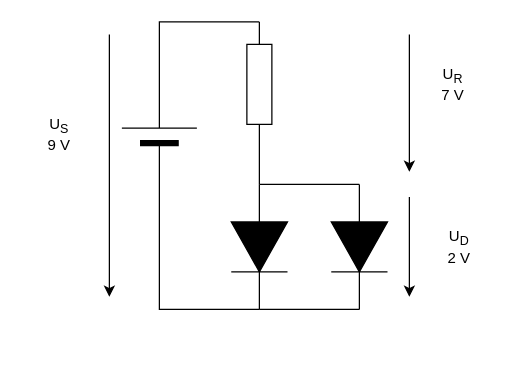
This is Parallel-Diods.drawio from RivenHexagon/ElectronicsTutorial, a draw.io file, before an edit. Source tidied: cells renumbered, new cells numbered last; positions are measured from the earlier drawing's top-left corner, leaving out a move shared by most shapes. Both pictures are drawn from the tidied source at 125%, with x=0, y=0 at pixel (21, 21).
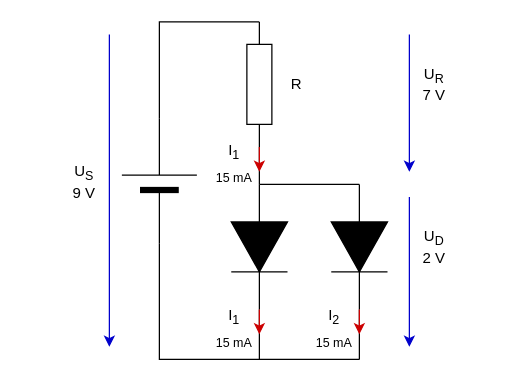
The same page after the edit.

The change refers to these unchanged cells:
```xml
<mxCell id="2" style="verticalLabelPosition=bottom;shadow=0;dashed=0;align=center;html=1;verticalAlign=top;shape=mxgraph.electrical.resistors.resistor_1;rotation=90;" parent="1" vertex="1">
  <mxGeometry x="140" y="40" width="100" height="20" as="geometry" />
</mxCell>
<mxCell id="3" style="fillColor=strokeColor;verticalLabelPosition=bottom;shadow=0;dashed=0;align=center;html=1;verticalAlign=top;shape=mxgraph.electrical.diodes.diode;rotation=90;" parent="1" vertex="1">
  <mxGeometry x="140" y="157.5" width="100" height="45" as="geometry" />
</mxCell>
<mxCell id="4" style="fillColor=strokeColor;verticalLabelPosition=bottom;shadow=0;dashed=0;align=center;html=1;verticalAlign=top;shape=mxgraph.electrical.diodes.diode;rotation=90;" parent="1" vertex="1">
  <mxGeometry x="220" y="157.5" width="100" height="45" as="geometry" />
</mxCell>
```

Diff of the diagram source:
```diff
@@
     <mxCell id="7" style="verticalLabelPosition=bottom;shadow=0;dashed=0;align=center;fillColor=strokeColor;html=1;verticalAlign=top;strokeWidth=1;shape=mxgraph.electrical.miscellaneous.monocell_battery;rotation=-90;" parent="1" vertex="1">
-      <mxGeometry x="60" y="60" width="100" height="60" as="geometry" />
+      <mxGeometry x="60" y="97.5" width="100" height="60" as="geometry" />
     </mxCell>
@@
-    <mxCell id="9" style="endArrow=none;html=1;rounded=0;entryX=0;entryY=0.5;entryDx=0;entryDy=0;entryPerimeter=0;exitX=1;exitY=0.5;exitDx=0;exitDy=0;exitPerimeter=0;" parent="1" edge="1" source="3" target="7">
+    <mxCell id="9" style="endArrow=none;html=1;rounded=0;entryX=0;entryY=0.5;entryDx=0;entryDy=0;entryPerimeter=0;" parent="1" edge="1" target="7">
       <mxGeometry relative="1" as="geometry">
+        <mxPoint x="270" y="270" as="sourcePoint" />
         <Array as="points">
-          <mxPoint x="110" y="230" />
+          <mxPoint x="110" y="270" />
         </Array>
       </mxGeometry>
     </mxCell>
-    <mxCell id="10" style="endArrow=none;html=1;rounded=0;exitX=1;exitY=0.5;exitDx=0;exitDy=0;exitPerimeter=0;entryX=1;entryY=0.5;entryDx=0;entryDy=0;entryPerimeter=0;" parent="1" edge="1" source="3" target="4">
-      <mxGeometry relative="1" as="geometry" />
+    <mxCell id="10" style="endArrow=none;html=1;rounded=0;exitX=1;exitY=0.5;exitDx=0;exitDy=0;exitPerimeter=0;" parent="1" edge="1" source="3">
+      <mxGeometry relative="1" as="geometry">
+        <mxPoint x="190" y="270" as="targetPoint" />
+      </mxGeometry>
     </mxCell>
-    <mxCell id="11" style="endArrow=classic;html=1;rounded=0;strokeColor=light-dark(#000000,#0000CC);" parent="1" edge="1">
+    <mxCell id="11" style="endArrow=classic;html=1;rounded=0;strokeColor=light-dark(#0000CC,#0000CC);" parent="1" edge="1">
       <mxGeometry relative="1" as="geometry">
         <mxPoint x="310" y="10" as="sourcePoint" />
         <mxPoint x="310" y="120" as="targetPoint" />
       </mxGeometry>
     </mxCell>
-    <mxCell id="12" style="endArrow=classic;html=1;rounded=0;strokeColor=light-dark(#000000,#0000CC);" parent="1" edge="1">
+    <mxCell id="12" style="endArrow=classic;html=1;rounded=0;strokeColor=light-dark(#0000CC,#0000CC);" parent="1" edge="1">
       <mxGeometry relative="1" as="geometry">
         <mxPoint x="310" y="140" as="sourcePoint" />
-        <mxPoint x="310" y="220" as="targetPoint" />
+        <mxPoint x="310" y="260" as="targetPoint" />
       </mxGeometry>
     </mxCell>
-    <mxCell id="13" style="endArrow=classic;html=1;rounded=0;strokeColor=light-dark(#000000,#0000CC);" parent="1" edge="1">
+    <mxCell id="13" style="endArrow=classic;html=1;rounded=0;strokeColor=light-dark(#0000CC,#0000CC);" parent="1" edge="1">
       <mxGeometry relative="1" as="geometry">
         <mxPoint x="70" y="10" as="sourcePoint" />
-        <mxPoint x="70" y="220" as="targetPoint" />
+        <mxPoint x="70" y="260" as="targetPoint" />
       </mxGeometry>
     </mxCell>
     <mxCell id="14" value="&lt;div&gt;U&lt;sub&gt;S&lt;/sub&gt;&lt;/div&gt;&lt;div&gt;9 V&lt;/div&gt;" style="text;html=1;align=center;verticalAlign=middle;whiteSpace=wrap;rounded=0;" parent="1" vertex="1">
-      <mxGeometry y="75" width="60" height="30" as="geometry" />
+      <mxGeometry x="30" y="112.5" width="40" height="30" as="geometry" />
     </mxCell>
     <mxCell id="15" value="&lt;div&gt;U&lt;sub&gt;R&lt;/sub&gt;&lt;/div&gt;&lt;div&gt;7 V&lt;/div&gt;" style="text;html=1;align=center;verticalAlign=middle;whiteSpace=wrap;rounded=0;" parent="1" vertex="1">
-      <mxGeometry x="315" y="35" width="60" height="30" as="geometry" />
+      <mxGeometry x="310" y="35" width="40" height="30" as="geometry" />
     </mxCell>
     <mxCell id="16" value="&lt;div&gt;U&lt;sub&gt;D&lt;/sub&gt;&lt;/div&gt;&lt;div&gt;2 V&lt;/div&gt;" style="text;html=1;align=center;verticalAlign=middle;whiteSpace=wrap;rounded=0;" parent="1" vertex="1">
-      <mxGeometry x="320" y="165" width="60" height="30" as="geometry" />
+      <mxGeometry x="310" y="165" width="40" height="30" as="geometry" />
     </mxCell>
+    <mxCell id="17" style="endArrow=none;html=1;rounded=0;entryX=1;entryY=0.5;entryDx=0;entryDy=0;entryPerimeter=0;" parent="1" edge="1" target="4">
+      <mxGeometry relative="1" as="geometry">
+        <mxPoint x="270" y="270" as="sourcePoint" />
+      </mxGeometry>
+    </mxCell>
+    <mxCell id="18" style="endArrow=classic;html=1;rounded=0;strokeColor=light-dark(#CC0000,#CC0000);exitX=1;exitY=0.5;exitDx=0;exitDy=0;exitPerimeter=0;" parent="1" edge="1" source="4">
+      <mxGeometry relative="1" as="geometry">
+        <mxPoint x="270" y="250" as="targetPoint" />
+      </mxGeometry>
+    </mxCell>
+    <mxCell id="19" style="endArrow=classic;html=1;rounded=0;strokeColor=light-dark(#CC0000,#CC0000);exitX=1;exitY=0.5;exitDx=0;exitDy=0;exitPerimeter=0;" parent="1" edge="1" source="3">
+      <mxGeometry relative="1" as="geometry">
+        <mxPoint x="190" y="250" as="targetPoint" />
+      </mxGeometry>
+    </mxCell>
+    <mxCell id="20" value="&lt;div&gt;I&lt;sub&gt;1&lt;/sub&gt;&lt;/div&gt;&lt;div&gt;&lt;sub&gt;15 mA&lt;/sub&gt;&lt;/div&gt;" style="text;html=1;align=center;verticalAlign=middle;whiteSpace=wrap;rounded=0;" parent="1" vertex="1">
+      <mxGeometry x="150" y="230" width="40" height="30" as="geometry" />
+    </mxCell>
+    <mxCell id="21" value="&lt;div&gt;I&lt;sub&gt;2&lt;/sub&gt;&lt;/div&gt;&lt;div&gt;&lt;sub&gt;15 mA&lt;/sub&gt;&lt;/div&gt;" style="text;html=1;align=center;verticalAlign=middle;whiteSpace=wrap;rounded=0;" parent="1" vertex="1">
+      <mxGeometry x="230" y="230" width="40" height="30" as="geometry" />
+    </mxCell>
+    <mxCell id="22" style="endArrow=classic;html=1;rounded=0;strokeColor=light-dark(#CC0000,#CC0000);exitX=1;exitY=0.5;exitDx=0;exitDy=0;exitPerimeter=0;" parent="1" edge="1" source="2">
+      <mxGeometry relative="1" as="geometry">
+        <mxPoint x="190" y="120" as="targetPoint" />
+      </mxGeometry>
+    </mxCell>
+    <mxCell id="23" value="R" style="text;html=1;align=center;verticalAlign=middle;whiteSpace=wrap;rounded=0;" parent="1" vertex="1">
+      <mxGeometry x="210" y="35" width="20" height="30" as="geometry" />
+    </mxCell>
+    <mxCell id="24" value="&lt;div&gt;I&lt;sub&gt;1&lt;/sub&gt;&lt;/div&gt;&lt;div&gt;&lt;sub&gt;15 mA&lt;/sub&gt;&lt;/div&gt;" style="text;html=1;align=center;verticalAlign=middle;whiteSpace=wrap;rounded=0;" parent="1" vertex="1">
+      <mxGeometry x="150" y="97.5" width="40" height="30" as="geometry" />
+    </mxCell>
```
